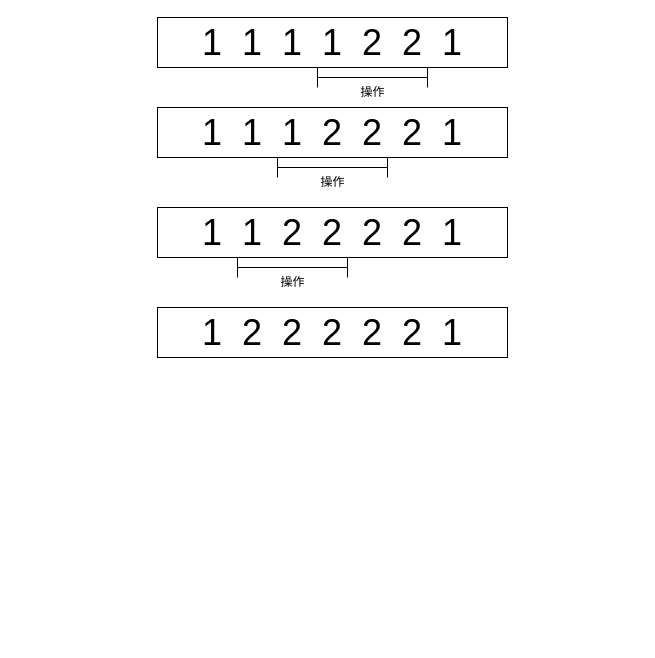
julyfun/draw-io keeps this draw.io diagram as page "第 1 页" (1 of 2) of 未命名绘图.drawio. Above is the earlier version. Source tidied: cells renumbered, new cells numbered last; positions are measured from the earlier drawing's top-left corner, leaving out a move shared by most shapes. Both pictures are drawn from the tidied source at 100%, with x=0, y=0 at pixel (157, 17).
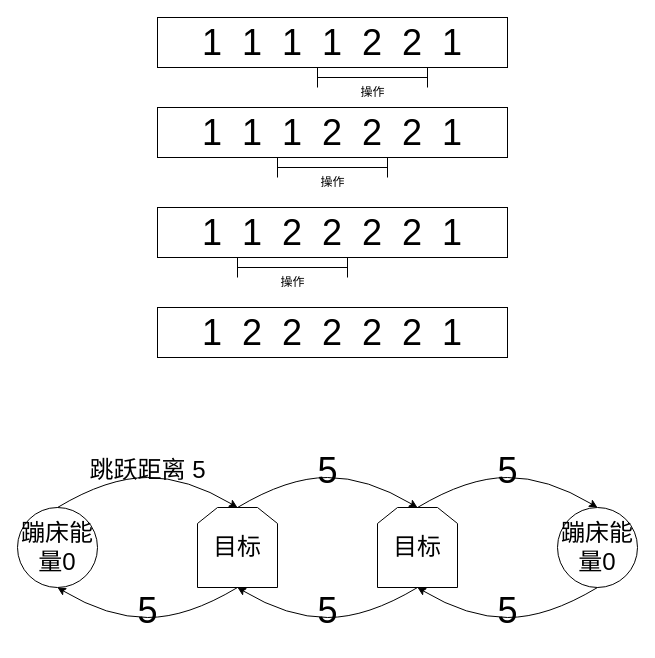
The same diagram, later.

Commit message:
更新未命名绘图.drawio

Change to the diagram source:
```diff
@@
+    <mxCell id="12" value="&lt;font style=&quot;font-size: 24px;&quot;&gt;蹦床能量0&lt;/font&gt;" style="ellipse;whiteSpace=wrap;html=1;" parent="1" vertex="1">
+      <mxGeometry x="-140" y="490" width="80" height="80" as="geometry" />
+    </mxCell>
+    <mxCell id="13" value="&lt;font style=&quot;font-size: 24px;&quot;&gt;蹦床能量0&lt;/font&gt;" style="ellipse;whiteSpace=wrap;html=1;" parent="1" vertex="1">
+      <mxGeometry x="400" y="490" width="80" height="80" as="geometry" />
+    </mxCell>
+    <mxCell id="14" style="curved=1;endArrow=classic;html=1;rounded=0;entryX=0.5;entryY=0;entryDx=0;entryDy=0;" parent="1" edge="1">
+      <mxGeometry relative="1" as="geometry">
+        <mxPoint x="-100" y="490" as="sourcePoint" />
+        <mxPoint x="80" y="490" as="targetPoint" />
+        <Array as="points">
+          <mxPoint x="-50" y="460" />
+          <mxPoint x="30" y="460" />
+        </Array>
+      </mxGeometry>
+    </mxCell>
+    <mxCell id="15" value="&lt;font style=&quot;&quot;&gt;&lt;font style=&quot;font-size: 24px;&quot;&gt;跳跃距离 5&lt;/font&gt;&lt;br&gt;&lt;/font&gt;" style="text;html=1;align=center;verticalAlign=middle;strokeColor=none;fillColor=none;" parent="1" vertex="1">
+      <mxGeometry x="-80" y="433" width="140" height="40" as="geometry" />
+    </mxCell>
+    <mxCell id="16" style="curved=1;endArrow=classic;html=1;rounded=0;entryX=0.5;entryY=0;entryDx=0;entryDy=0;" parent="1" edge="1">
+      <mxGeometry relative="1" as="geometry">
+        <mxPoint x="80" y="490" as="sourcePoint" />
+        <mxPoint x="260" y="490" as="targetPoint" />
+        <Array as="points">
+          <mxPoint x="130" y="460" />
+          <mxPoint x="210" y="460" />
+        </Array>
+      </mxGeometry>
+    </mxCell>
+    <mxCell id="17" value="&lt;font style=&quot;font-size: 36px;&quot;&gt;5&lt;br&gt;&lt;/font&gt;" style="text;html=1;align=center;verticalAlign=middle;strokeColor=none;fillColor=none;" parent="1" vertex="1">
+      <mxGeometry x="150" y="423" width="40" height="60" as="geometry" />
+    </mxCell>
+    <mxCell id="18" style="curved=1;endArrow=classic;html=1;rounded=0;entryX=0.5;entryY=0;entryDx=0;entryDy=0;" parent="1" edge="1">
+      <mxGeometry relative="1" as="geometry">
+        <mxPoint x="260" y="490" as="sourcePoint" />
+        <mxPoint x="440" y="490" as="targetPoint" />
+        <Array as="points">
+          <mxPoint x="310" y="460" />
+          <mxPoint x="390" y="460" />
+        </Array>
+      </mxGeometry>
+    </mxCell>
+    <mxCell id="19" value="&lt;font style=&quot;font-size: 36px;&quot;&gt;5&lt;br&gt;&lt;/font&gt;" style="text;html=1;align=center;verticalAlign=middle;strokeColor=none;fillColor=none;" parent="1" vertex="1">
+      <mxGeometry x="330" y="423" width="40" height="60" as="geometry" />
+    </mxCell>
+    <mxCell id="20" value="&lt;font style=&quot;font-size: 24px;&quot;&gt;目标&lt;/font&gt;" style="shape=loopLimit;whiteSpace=wrap;html=1;" parent="1" vertex="1">
+      <mxGeometry x="220" y="490" width="80" height="80" as="geometry" />
+    </mxCell>
+    <mxCell id="21" style="curved=1;endArrow=classic;html=1;rounded=0;entryX=0.5;entryY=0;entryDx=0;entryDy=0;" parent="1" edge="1">
+      <mxGeometry relative="1" as="geometry">
+        <mxPoint x="440" y="570" as="sourcePoint" />
+        <mxPoint x="260" y="570" as="targetPoint" />
+        <Array as="points">
+          <mxPoint x="390" y="600" />
+          <mxPoint x="310" y="600" />
+        </Array>
+      </mxGeometry>
+    </mxCell>
+    <mxCell id="22" value="&lt;font style=&quot;font-size: 24px;&quot;&gt;目标&lt;/font&gt;" style="shape=loopLimit;whiteSpace=wrap;html=1;" parent="1" vertex="1">
+      <mxGeometry x="40" y="490" width="80" height="80" as="geometry" />
+    </mxCell>
+    <mxCell id="23" value="&lt;font style=&quot;font-size: 36px;&quot;&gt;5&lt;/font&gt;" style="text;html=1;align=center;verticalAlign=middle;strokeColor=none;fillColor=none;" parent="1" vertex="1">
+      <mxGeometry x="330" y="563" width="40" height="60" as="geometry" />
+    </mxCell>
+    <mxCell id="24" style="curved=1;endArrow=classic;html=1;rounded=0;entryX=0.5;entryY=0;entryDx=0;entryDy=0;" parent="1" edge="1">
+      <mxGeometry relative="1" as="geometry">
+        <mxPoint x="260" y="570" as="sourcePoint" />
+        <mxPoint x="80" y="570" as="targetPoint" />
+        <Array as="points">
+          <mxPoint x="210" y="600" />
+          <mxPoint x="130" y="600" />
+        </Array>
+      </mxGeometry>
+    </mxCell>
+    <mxCell id="25" value="&lt;font style=&quot;font-size: 36px;&quot;&gt;5&lt;/font&gt;" style="text;html=1;align=center;verticalAlign=middle;strokeColor=none;fillColor=none;" parent="1" vertex="1">
+      <mxGeometry x="150" y="563" width="40" height="60" as="geometry" />
+    </mxCell>
+    <mxCell id="26" style="curved=1;endArrow=classic;html=1;rounded=0;entryX=0.5;entryY=0;entryDx=0;entryDy=0;" parent="1" edge="1">
+      <mxGeometry relative="1" as="geometry">
+        <mxPoint x="80" y="570" as="sourcePoint" />
+        <mxPoint x="-100" y="570" as="targetPoint" />
+        <Array as="points">
+          <mxPoint x="30" y="600" />
+          <mxPoint x="-50" y="600" />
+        </Array>
+      </mxGeometry>
+    </mxCell>
+    <mxCell id="27" value="&lt;font style=&quot;font-size: 36px;&quot;&gt;5&lt;/font&gt;" style="text;html=1;align=center;verticalAlign=middle;strokeColor=none;fillColor=none;" parent="1" vertex="1">
+      <mxGeometry x="-30" y="563" width="40" height="60" as="geometry" />
+    </mxCell>
```
